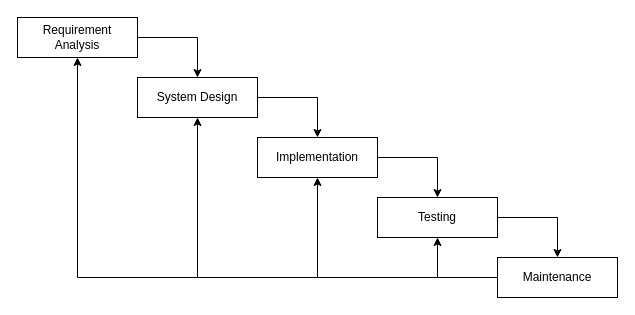
Before: diagrams/waterfall.drawio in vekcodes/Thaekedar, a draw.io diagram. Source tidied: cells renumbered, new cells numbered last; positions are measured from the earlier drawing's top-left corner, leaving out a move shared by most shapes. Both pictures are drawn from the tidied source at 100%, with x=0, y=0 at pixel (17, 17).
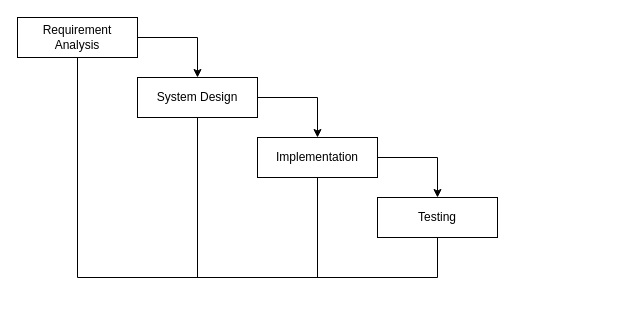
The same page after the edit.

The edit, as a diff of the source:
```diff
@@
 <mxGraphModel>
   <root>
     <mxCell id="0" />
     <mxCell id="1" parent="0" />
     <mxCell id="2" style="edgeStyle=orthogonalEdgeStyle;rounded=0;jettySize=auto;html=1;exitX=1;exitY=0.5;exitDx=0;exitDy=0;entryX=0.5;entryY=0;entryDx=0;entryDy=0;" parent="1" edge="1" source="3" target="5">
       <mxGeometry relative="1" as="geometry" />
     </mxCell>
     <mxCell id="3" value="Requirement &lt;br&gt;Analysis" style="rounded=0;whiteSpace=wrap;html=1;" parent="1" vertex="1">
       <mxGeometry width="120" height="40" as="geometry" />
     </mxCell>
     <mxCell id="4" style="edgeStyle=orthogonalEdgeStyle;rounded=0;jettySize=auto;html=1;exitX=1;exitY=0.5;exitDx=0;exitDy=0;entryX=0.5;entryY=0;entryDx=0;entryDy=0;" parent="1" edge="1" source="5" target="7">
       <mxGeometry relative="1" as="geometry" />
     </mxCell>
     <mxCell id="5" value="System Design" style="rounded=0;whiteSpace=wrap;html=1;" parent="1" vertex="1">
       <mxGeometry x="120" y="60" width="120" height="40" as="geometry" />
     </mxCell>
     <mxCell id="6" style="edgeStyle=orthogonalEdgeStyle;rounded=0;jettySize=auto;html=1;exitX=1;exitY=0.5;exitDx=0;exitDy=0;entryX=0.5;entryY=0;entryDx=0;entryDy=0;" parent="1" edge="1" source="7" target="9">
       <mxGeometry relative="1" as="geometry" />
     </mxCell>
     <mxCell id="7" value="Implementation" style="rounded=0;whiteSpace=wrap;html=1;" parent="1" vertex="1">
       <mxGeometry x="240" y="120" width="120" height="40" as="geometry" />
     </mxCell>
-    <mxCell id="8" style="edgeStyle=orthogonalEdgeStyle;rounded=0;jettySize=auto;html=1;exitX=1;exitY=0.5;exitDx=0;exitDy=0;entryX=0.5;entryY=0;entryDx=0;entryDy=0;" parent="1" edge="1" source="9" target="11">
-      <mxGeometry relative="1" as="geometry" />
-    </mxCell>
     <mxCell id="9" value="Testing" style="rounded=0;whiteSpace=wrap;html=1;" parent="1" vertex="1">
       <mxGeometry x="360" y="180" width="120" height="40" as="geometry" />
     </mxCell>
-    <mxCell id="10" style="edgeStyle=orthogonalEdgeStyle;rounded=0;jettySize=auto;html=1;exitX=0;exitY=0.5;exitDx=0;exitDy=0;entryX=0.5;entryY=1;entryDx=0;entryDy=0;" parent="1" edge="1" source="11" target="3">
-      <mxGeometry relative="1" as="geometry" />
-    </mxCell>
-    <mxCell id="11" value="Maintenance" style="rounded=0;whiteSpace=wrap;html=1;" parent="1" vertex="1">
-      <mxGeometry x="480" y="240" width="120" height="40" as="geometry" />
-    </mxCell>
-    <mxCell id="12" style="endArrow=classic;html=1;rounded=0;entryX=0.5;entryY=1;entryDx=0;entryDy=0;" parent="1" edge="1" target="5">
-      <mxGeometry relative="1" as="geometry">
-        <mxPoint x="180" y="260" as="sourcePoint" />
-      </mxGeometry>
-    </mxCell>
-    <mxCell id="13" style="endArrow=classic;html=1;rounded=0;entryX=0.5;entryY=1;entryDx=0;entryDy=0;" parent="1" edge="1" target="7">
-      <mxGeometry relative="1" as="geometry">
-        <mxPoint x="300" y="260" as="sourcePoint" />
-      </mxGeometry>
-    </mxCell>
-    <mxCell id="14" style="endArrow=classic;html=1;rounded=0;entryX=0.5;entryY=1;entryDx=0;entryDy=0;" parent="1" edge="1" target="9">
-      <mxGeometry relative="1" as="geometry">
-        <mxPoint x="420" y="260" as="sourcePoint" />
-      </mxGeometry>
-    </mxCell>
+    <mxCell id="15" style="endArrow=none;html=1;rounded=0;entryX=0.5;entryY=1;entryDx=0;entryDy=0;" parent="1" edge="1" target="9">
+      <mxGeometry relative="1" as="geometry">
+        <mxPoint x="420" y="260" as="sourcePoint" />
+      </mxGeometry>
+    </mxCell>
+    <mxCell id="16" style="endArrow=none;html=1;rounded=0;entryX=0.5;entryY=1;entryDx=0;entryDy=0;" parent="1" edge="1" target="7">
+      <mxGeometry relative="1" as="geometry">
+        <mxPoint x="300" y="260" as="sourcePoint" />
+      </mxGeometry>
+    </mxCell>
+    <mxCell id="17" style="endArrow=none;html=1;rounded=0;entryX=0.5;entryY=1;entryDx=0;entryDy=0;" parent="1" edge="1" target="5">
+      <mxGeometry relative="1" as="geometry">
+        <mxPoint x="180" y="260" as="sourcePoint" />
+      </mxGeometry>
+    </mxCell>
+    <mxCell id="18" style="endArrow=none;html=1;rounded=0;entryX=0.5;entryY=1;entryDx=0;entryDy=0;" parent="1" edge="1" target="3">
+      <mxGeometry relative="1" as="geometry">
+        <mxPoint x="420" y="260" as="sourcePoint" />
+        <Array as="points">
+          <mxPoint x="60" y="260" />
+        </Array>
+      </mxGeometry>
+    </mxCell>
   </root>
 </mxGraphModel>
```
